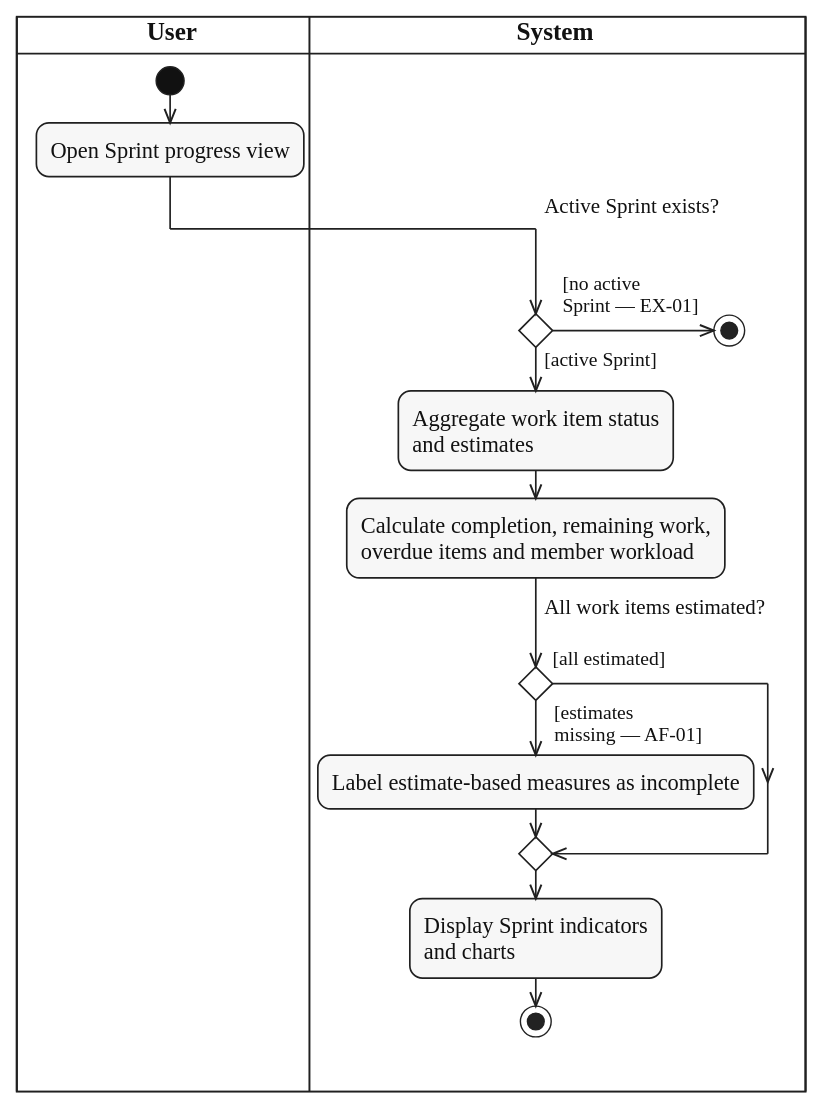
Earlier version of the PlantUML export diagrams/activity/scrum-reporting/svg/UC-SPRINT-PROGRESS-MONITOR.svg (lukenab/swd392-doc-automation). Its source is kept beside it as diagrams/activity/scrum-reporting/source/UC-SPRINT-PROGRESS-MONITOR.puml. Source of this version:
```plantuml
@startuml UC-SPRINT-PROGRESS-MONITOR
!include ../../_shared/activity-style.puml
|USR| $lane_title("User")
|SYS| $lane_title("System")

|USR|
start
:Open Sprint progress view;
|SYS|
if ($question_x("Active Sprint exists?")) then ($guard_left("[active Sprint]"))
  :Aggregate work item status
  and estimates;
  :Calculate completion, remaining work,
  overdue items and member workload;
  if ($question("All work items estimated?")) then ($guard_left("[all estimated]"))
  else ($guard_right("[estimates", "missing — AF-01]"))
    :Label estimate-based measures as incomplete;
  endif
  :Display Sprint indicators
  and charts;
  stop
else ($guard_right("[no active", "Sprint — EX-01]"))
  stop
endif
@enduml
```
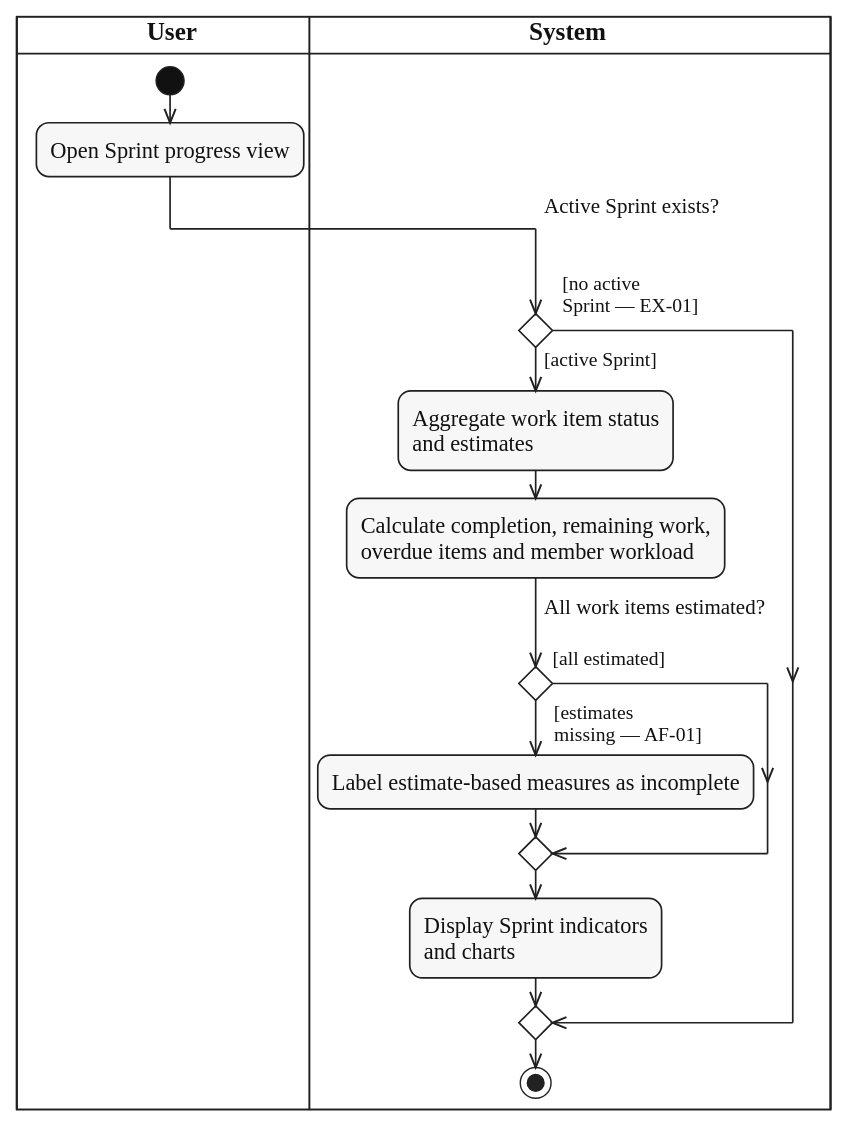
After the change.

The edit, as a diff of the source:
```diff
@@ -18,8 +18,7 @@
   endif
   :Display Sprint indicators
   and charts;
-  stop
 else ($guard_right("[no active", "Sprint — EX-01]"))
-  stop
 endif
+stop
 @enduml
```
